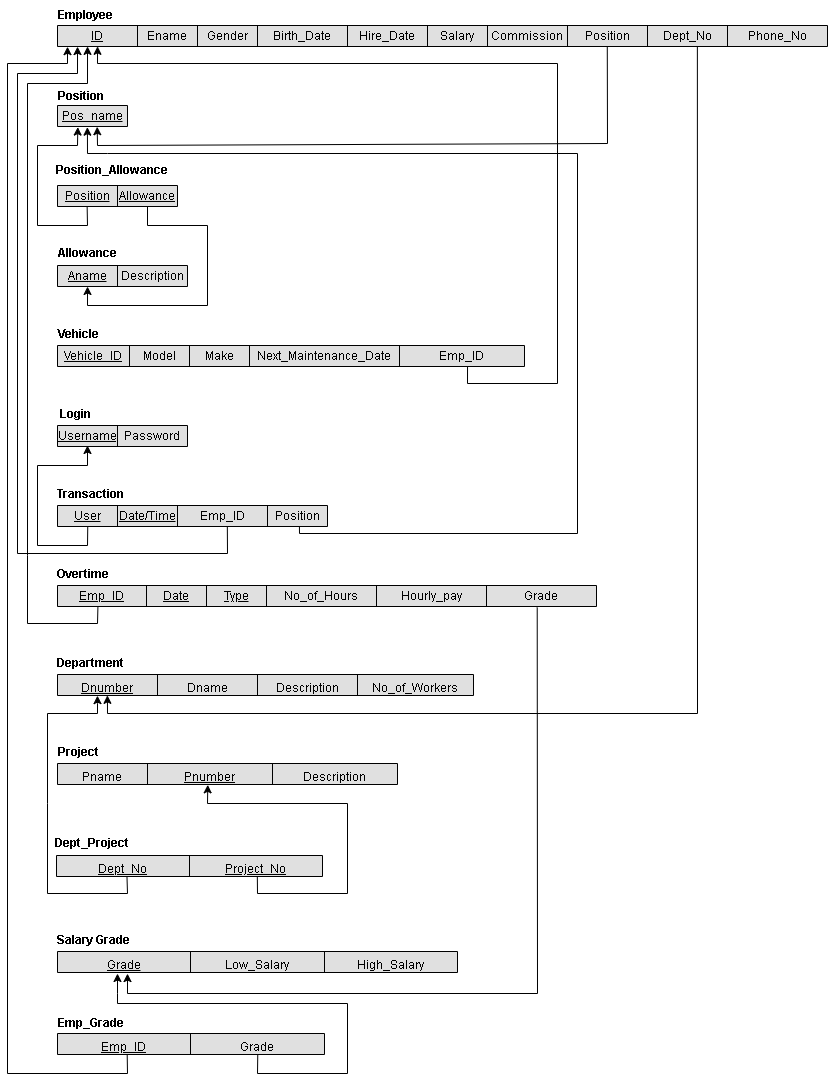
Above: Phase 1/Relational Schema.drawio.png in AhmedElkhashn/DB-project (draw.io), before the change. Source tidied: cells renumbered, new cells last; positions are measured from the earlier drawing's top-left corner, leaving out a move shared by most shapes.
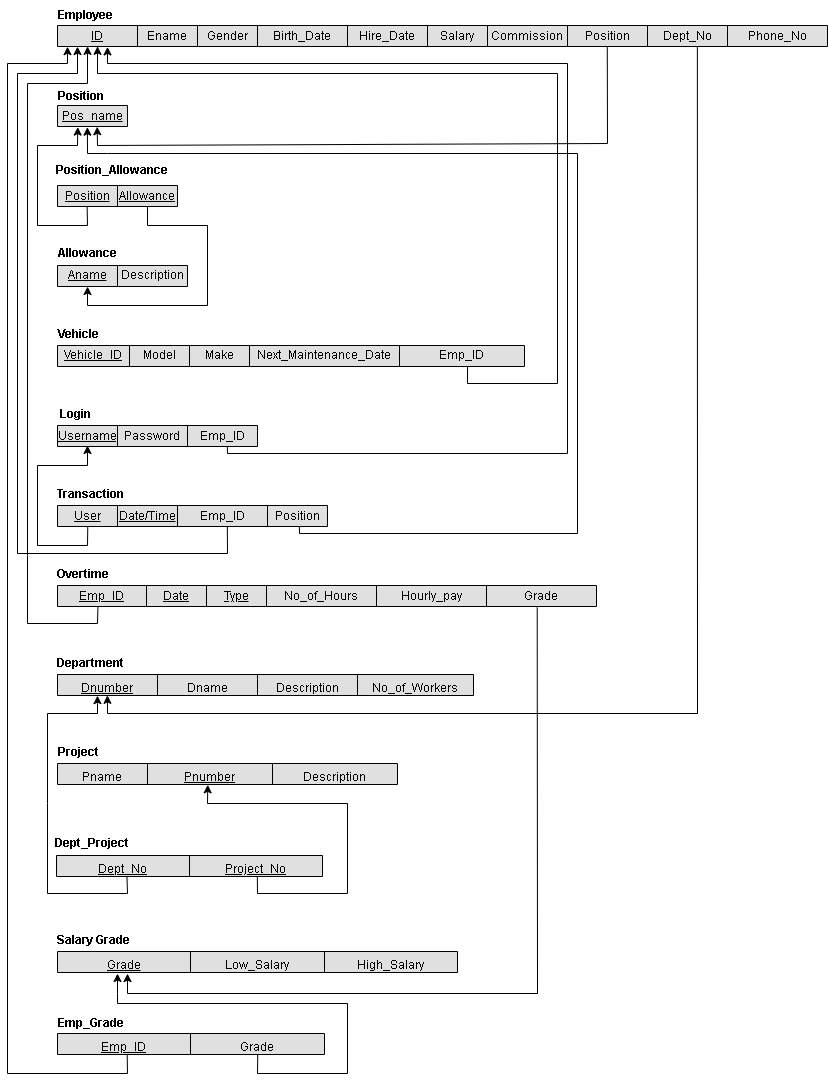
Later version of the same file.

Diff of the diagram source:
```diff
@@ -93,10 +93,10 @@
       <mxGeometry x="342" width="125" height="21" as="geometry" />
     </mxCell>
     <mxCell id="32" style="shape=table;startSize=0;fontSize=16;fillColor=#e0e0e0;fontColor=#333333;strokeColor=#000000;" parent="1" vertex="1">
-      <mxGeometry x="50" y="425" width="130" height="21" as="geometry" />
+      <mxGeometry x="50" y="425" width="200" height="21" as="geometry" />
     </mxCell>
     <mxCell id="33" style="shape=tableRow;horizontal=0;startSize=0;swimlaneHead=0;swimlaneBody=0;strokeColor=inherit;top=0;left=0;bottom=0;right=0;fillColor=none;points=[[0,0.5],[1,0.5]];portConstraint=eastwest;fontSize=16;" parent="32" vertex="1">
-      <mxGeometry width="130" height="21" as="geometry" />
+      <mxGeometry width="200" height="21" as="geometry" />
     </mxCell>
     <mxCell id="34" value="&lt;u&gt;Username&lt;/u&gt;" style="shape=partialRectangle;html=1;whiteSpace=wrap;strokeColor=inherit;overflow=hidden;fillColor=none;top=0;left=0;bottom=0;right=0;fontSize=12;" parent="33" vertex="1">
       <mxGeometry width="60" height="21" as="geometry" />
@@ -104,6 +104,9 @@
     <mxCell id="35" value="Password" style="shape=partialRectangle;html=1;whiteSpace=wrap;strokeColor=inherit;overflow=hidden;fillColor=none;top=0;left=0;bottom=0;right=0;fontSize=12;" parent="33" vertex="1">
       <mxGeometry x="60" width="70" height="21" as="geometry" />
     </mxCell>
+    <mxCell id="101" value="Emp_ID" style="shape=partialRectangle;html=1;whiteSpace=wrap;strokeColor=inherit;overflow=hidden;fillColor=none;top=0;left=0;bottom=0;right=0;fontSize=12;" parent="33" vertex="1">
+      <mxGeometry x="130" width="70" height="21" as="geometry" />
+    </mxCell>
     <mxCell id="36" value="Login" style="text;html=1;strokeColor=none;fillColor=none;align=center;verticalAlign=middle;whiteSpace=wrap;rounded=0;fontStyle=1;" parent="1" vertex="1">
       <mxGeometry x="38" y="399" width="60" height="30" as="geometry" />
     </mxCell>
@@ -326,8 +329,8 @@
         <Array as="points">
           <mxPoint x="460" y="383" />
           <mxPoint x="550" y="383" />
-          <mxPoint x="550" y="63" />
-          <mxPoint x="90" y="63" />
+          <mxPoint x="550" y="73" />
+          <mxPoint x="90" y="73" />
         </Array>
       </mxGeometry>
     </mxCell>
@@ -397,5 +400,15 @@
         </Array>
       </mxGeometry>
     </mxCell>
+    <mxCell id="102" style="endArrow=classic;html=1;rounded=0;exitX=0.849;exitY=1.012;exitDx=0;exitDy=0;exitPerimeter=0;entryX=0.065;entryY=1.019;entryDx=0;entryDy=0;entryPerimeter=0;" parent="1" edge="1" source="33" target="3">
+      <mxGeometry relative="1" as="geometry">
+        <Array as="points">
+          <mxPoint x="220" y="453" />
+          <mxPoint x="560" y="453" />
+          <mxPoint x="560" y="63" />
+          <mxPoint x="100" y="63" />
+        </Array>
+      </mxGeometry>
+    </mxCell>
   </root>
 </mxGraphModel>
```
